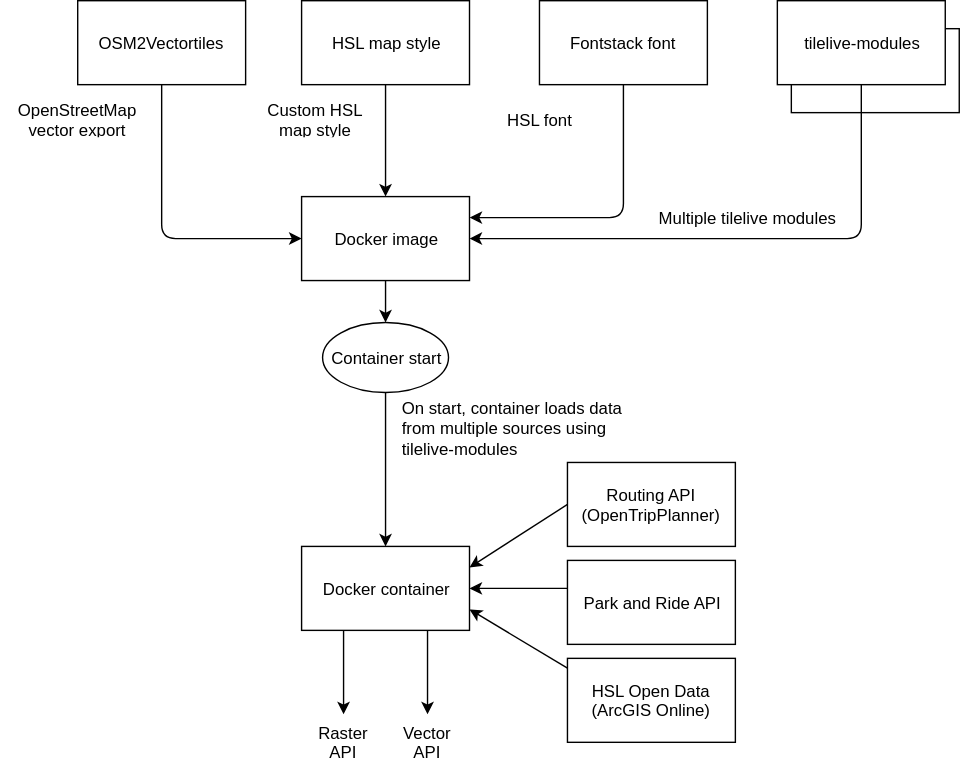
Earlier version of the draw.io export src/pages/en/developers/architecture/x-apis/3-map-api/architecture.svg (HSLdevcom/digitransit-site). Source tidied: cells renumbered, new cells last; positions are measured from the earlier drawing's top-left corner, leaving out a move shared by most shapes. Its diagram source:
```xml
<mxGraphModel background="#ffffff">
  <root>
    <mxCell id="0" />
    <mxCell id="1" parent="0" />
    <mxCell id="2" value="&lt;div style=&quot;text-align: center&quot;&gt;&lt;span&gt;HSL map style&lt;/span&gt;&lt;span&gt;&lt;br&gt;&lt;/span&gt;&lt;/div&gt;" style="whiteSpace=wrap;html=1;rounded=0;shadow=0;glass=0;strokeColor=#000000;fillColor=#FFFFFF;align=center;" parent="1" vertex="1">
      <mxGeometry x="215" width="120" height="60" as="geometry" />
    </mxCell>
    <mxCell id="3" value="&lt;div style=&quot;text-align: center&quot;&gt;Docker image&lt;/div&gt;" style="whiteSpace=wrap;html=1;rounded=0;shadow=0;glass=0;strokeColor=#000000;fillColor=#FFFFFF;align=center;" parent="1" vertex="1">
      <mxGeometry x="215" y="140" width="120" height="60" as="geometry" />
    </mxCell>
    <mxCell id="4" value="&lt;div style=&quot;text-align: center&quot;&gt;OSM2Vectortiles&lt;/div&gt;" style="whiteSpace=wrap;html=1;rounded=0;shadow=0;glass=0;strokeColor=#000000;fillColor=#FFFFFF;align=center;" parent="1" vertex="1">
      <mxGeometry x="55" width="120" height="60" as="geometry" />
    </mxCell>
    <mxCell id="5" value="&lt;div style=&quot;text-align: center&quot;&gt;&lt;span style=&quot;line-height: 1.2&quot;&gt;tilelive-modules&lt;br&gt;&lt;/span&gt;&lt;/div&gt;" style="whiteSpace=wrap;html=1;rounded=0;shadow=0;glass=0;strokeColor=#000000;fillColor=#FFFFFF;align=center;" parent="1" vertex="1">
      <mxGeometry x="565" y="20" width="120" height="60" as="geometry" />
    </mxCell>
    <mxCell id="6" style="endArrow=classic;html=1;exitX=0.5;exitY=1;entryX=0;entryY=0.5;" parent="1" edge="1" source="4" target="3">
      <mxGeometry relative="1" as="geometry">
        <Array as="points">
          <mxPoint x="115" y="170" />
        </Array>
      </mxGeometry>
    </mxCell>
    <mxCell id="7" style="endArrow=classic;html=1;exitX=0.5;exitY=1;entryX=0.5;entryY=0;" parent="1" edge="1" source="2" target="3">
      <mxGeometry relative="1" as="geometry" />
    </mxCell>
    <mxCell id="8" style="endArrow=classic;html=1;exitX=0.5;exitY=1;entryX=0.5;entryY=0;" parent="1" edge="1" source="3" target="15">
      <mxGeometry relative="1" as="geometry" />
    </mxCell>
    <mxCell id="9" value="OpenStreetMap vector export" style="text;html=1;strokeColor=none;fillColor=none;align=center;verticalAlign=middle;whiteSpace=wrap;overflow=hidden;rounded=0;shadow=0;glass=0;" parent="1" vertex="1">
      <mxGeometry y="70" width="110" height="30" as="geometry" />
    </mxCell>
    <mxCell id="10" value="&lt;div style=&quot;text-align: center&quot;&gt;&lt;span&gt;Fontstack font&lt;/span&gt;&lt;span&gt;&lt;br&gt;&lt;/span&gt;&lt;/div&gt;" style="whiteSpace=wrap;html=1;rounded=0;shadow=0;glass=0;strokeColor=#000000;fillColor=#FFFFFF;align=center;" parent="1" vertex="1">
      <mxGeometry x="385" width="120" height="60" as="geometry" />
    </mxCell>
    <mxCell id="11" style="endArrow=classic;html=1;exitX=0.5;exitY=1;entryX=1;entryY=0.25;" parent="1" edge="1" source="10" target="3">
      <mxGeometry x="287" y="100" as="geometry">
        <Array as="points">
          <mxPoint x="445" y="155" />
        </Array>
      </mxGeometry>
    </mxCell>
    <mxCell id="12" value="Custom HSL map style" style="text;html=1;strokeColor=none;fillColor=none;align=center;verticalAlign=middle;whiteSpace=wrap;overflow=hidden;rounded=0;shadow=0;glass=0;" parent="1" vertex="1">
      <mxGeometry x="185" y="70" width="80" height="30" as="geometry" />
    </mxCell>
    <mxCell id="13" value="HSL font" style="text;html=1;strokeColor=none;fillColor=none;align=center;verticalAlign=middle;whiteSpace=wrap;overflow=hidden;rounded=0;shadow=0;glass=0;" parent="1" vertex="1">
      <mxGeometry x="340" y="70" width="90" height="30" as="geometry" />
    </mxCell>
    <mxCell id="14" style="edgeStyle=orthogonalEdgeStyle;rounded=0;html=1;exitX=0.5;exitY=1;jettySize=auto;orthogonalLoop=1;" parent="1" edge="1" source="9" target="9">
      <mxGeometry relative="1" as="geometry" />
    </mxCell>
    <mxCell id="15" value="Container start" style="ellipse;whiteSpace=wrap;html=1;align=center;" parent="1" vertex="1">
      <mxGeometry x="230" y="230" width="90" height="50" as="geometry" />
    </mxCell>
    <mxCell id="16" value="&lt;div style=&quot;text-align: center&quot;&gt;&lt;span style=&quot;line-height: 1.2&quot;&gt;tilelive-modules&lt;br&gt;&lt;/span&gt;&lt;/div&gt;" style="whiteSpace=wrap;html=1;rounded=0;shadow=0;glass=0;strokeColor=#000000;fillColor=#FFFFFF;align=center;" parent="1" vertex="1">
      <mxGeometry x="555" width="120" height="60" as="geometry" />
    </mxCell>
    <mxCell id="17" style="endArrow=classic;html=1;exitX=0.5;exitY=1;entryX=1;entryY=0.5;" parent="1" edge="1" source="16" target="3">
      <mxGeometry x="297" y="110" as="geometry">
        <Array as="points">
          <mxPoint x="615" y="170" />
        </Array>
      </mxGeometry>
    </mxCell>
    <mxCell id="18" value="Multiple tilelive modules" style="text;html=1;strokeColor=none;fillColor=none;align=center;verticalAlign=middle;whiteSpace=wrap;overflow=hidden;rounded=0;shadow=0;glass=0;" parent="1" vertex="1">
      <mxGeometry x="445" y="140" width="175" height="30" as="geometry" />
    </mxCell>
    <mxCell id="19" value="&lt;div style=&quot;text-align: center&quot;&gt;Routing API (OpenTripPlanner)&lt;/div&gt;" style="whiteSpace=wrap;html=1;rounded=0;shadow=0;glass=0;strokeColor=#000000;fillColor=#FFFFFF;align=center;" parent="1" vertex="1">
      <mxGeometry x="405" y="330" width="120" height="60" as="geometry" />
    </mxCell>
    <mxCell id="20" value="&lt;div style=&quot;text-align: center&quot;&gt;Park and Ride API&lt;/div&gt;" style="whiteSpace=wrap;html=1;rounded=0;shadow=0;glass=0;strokeColor=#000000;fillColor=#FFFFFF;align=center;" parent="1" vertex="1">
      <mxGeometry x="405" y="400" width="120" height="60" as="geometry" />
    </mxCell>
    <mxCell id="21" value="&lt;div style=&quot;text-align: center&quot;&gt;Docker container&lt;/div&gt;" style="whiteSpace=wrap;html=1;rounded=0;shadow=0;glass=0;strokeColor=#000000;fillColor=#FFFFFF;align=center;" parent="1" vertex="1">
      <mxGeometry x="215" y="390" width="120" height="60" as="geometry" />
    </mxCell>
    <mxCell id="22" style="endArrow=classic;html=1;exitX=0.5;exitY=1;entryX=0.5;entryY=0;" parent="1" edge="1" source="15" target="21">
      <mxGeometry x="360" y="240" as="geometry" />
    </mxCell>
    <mxCell id="23" style="endArrow=classic;html=1;" parent="1" edge="1">
      <mxGeometry x="307" y="130" as="geometry">
        <mxPoint x="405" y="420" as="sourcePoint" />
        <mxPoint x="335" y="420" as="targetPoint" />
      </mxGeometry>
    </mxCell>
    <mxCell id="24" style="endArrow=classic;html=1;exitX=0;exitY=0.5;entryX=1;entryY=0.25;" parent="1" edge="1" source="19" target="21">
      <mxGeometry relative="1" as="geometry" />
    </mxCell>
    <mxCell id="25" style="edgeStyle=orthogonalEdgeStyle;rounded=0;html=1;exitX=0;exitY=0.5;entryX=0;entryY=0.5;jettySize=auto;orthogonalLoop=1;" parent="1" edge="1" source="19" target="19">
      <mxGeometry relative="1" as="geometry" />
    </mxCell>
    <mxCell id="26" value="On start, container loads data from multiple sources using tilelive-modules" style="text;html=1;strokeColor=none;fillColor=none;align=left;verticalAlign=middle;whiteSpace=wrap;overflow=hidden;rounded=0;shadow=0;glass=0;" parent="1" vertex="1">
      <mxGeometry x="285" y="270" width="180" height="70" as="geometry" />
    </mxCell>
    <mxCell id="27" style="endArrow=classic;html=1;exitX=0.25;exitY=1;" parent="1" edge="1" source="21">
      <mxGeometry x="340" y="420" as="geometry">
        <mxPoint x="245" y="510" as="targetPoint" />
      </mxGeometry>
    </mxCell>
    <mxCell id="28" style="endArrow=classic;html=1;exitX=0.75;exitY=1;" parent="1" edge="1" source="21">
      <mxGeometry x="350" y="430" as="geometry">
        <mxPoint x="305" y="510" as="targetPoint" />
      </mxGeometry>
    </mxCell>
    <mxCell id="29" value="Raster API" style="text;html=1;strokeColor=none;fillColor=none;align=center;verticalAlign=middle;whiteSpace=wrap;overflow=hidden;" parent="1" vertex="1">
      <mxGeometry x="215" y="510" width="60" height="40" as="geometry" />
    </mxCell>
    <mxCell id="30" value="Vector API" style="text;html=1;strokeColor=none;fillColor=none;align=center;verticalAlign=middle;whiteSpace=wrap;overflow=hidden;" parent="1" vertex="1">
      <mxGeometry x="275" y="510" width="60" height="40" as="geometry" />
    </mxCell>
    <mxCell id="31" value="&lt;div style=&quot;text-align: center&quot;&gt;HSL Open Data (ArcGIS Online)&lt;/div&gt;" style="whiteSpace=wrap;html=1;rounded=0;shadow=0;glass=0;strokeColor=#000000;fillColor=#FFFFFF;align=center;" parent="1" vertex="1">
      <mxGeometry x="405" y="470" width="120" height="60" as="geometry" />
    </mxCell>
    <mxCell id="32" style="endArrow=classic;html=1;exitX=0;exitY=0.117;exitPerimeter=0;entryX=1;entryY=0.75;" parent="1" edge="1" source="31" target="21">
      <mxGeometry x="307" y="168" as="geometry" />
    </mxCell>
  </root>
</mxGraphModel>
```
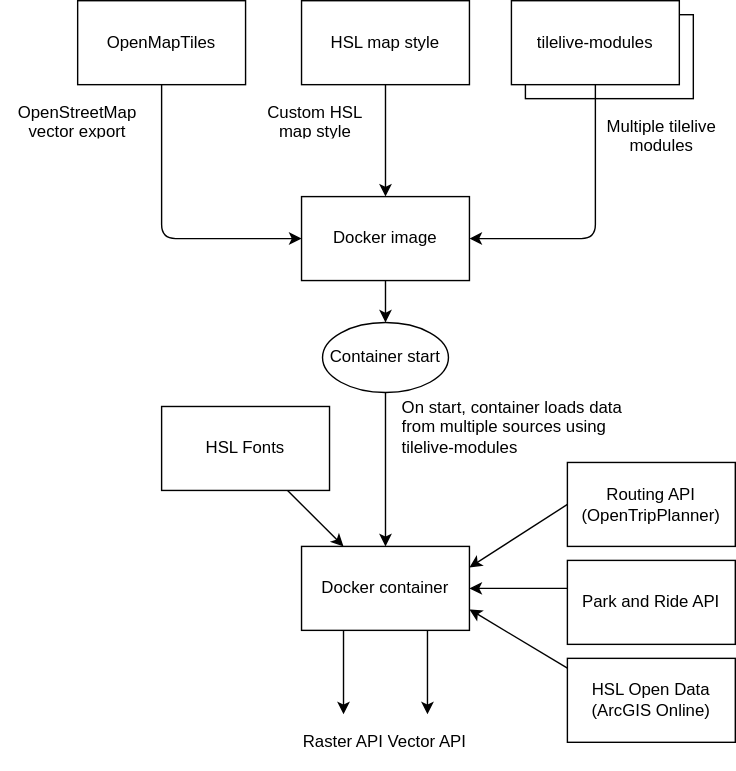
The same diagram one commit later.

Commit message:
Update Map API documentation and architecture diagram

What changed in the source:
```diff
@@ -8,11 +8,11 @@
     <mxCell id="3" value="&lt;div style=&quot;text-align: center&quot;&gt;Docker image&lt;/div&gt;" style="whiteSpace=wrap;html=1;rounded=0;shadow=0;glass=0;strokeColor=#000000;fillColor=#FFFFFF;align=center;" parent="1" vertex="1">
       <mxGeometry x="215" y="140" width="120" height="60" as="geometry" />
     </mxCell>
-    <mxCell id="4" value="&lt;div style=&quot;text-align: center&quot;&gt;OSM2Vectortiles&lt;/div&gt;" style="whiteSpace=wrap;html=1;rounded=0;shadow=0;glass=0;strokeColor=#000000;fillColor=#FFFFFF;align=center;" parent="1" vertex="1">
+    <mxCell id="4" value="&lt;div style=&quot;text-align: center&quot;&gt;OpenMapTiles&lt;/div&gt;" style="whiteSpace=wrap;html=1;rounded=0;shadow=0;glass=0;strokeColor=#000000;fillColor=#FFFFFF;align=center;" parent="1" vertex="1">
       <mxGeometry x="55" width="120" height="60" as="geometry" />
     </mxCell>
     <mxCell id="5" value="&lt;div style=&quot;text-align: center&quot;&gt;&lt;span style=&quot;line-height: 1.2&quot;&gt;tilelive-modules&lt;br&gt;&lt;/span&gt;&lt;/div&gt;" style="whiteSpace=wrap;html=1;rounded=0;shadow=0;glass=0;strokeColor=#000000;fillColor=#FFFFFF;align=center;" parent="1" vertex="1">
-      <mxGeometry x="565" y="20" width="120" height="60" as="geometry" />
+      <mxGeometry x="375" y="10" width="120" height="60" as="geometry" />
     </mxCell>
     <mxCell id="6" style="endArrow=classic;html=1;exitX=0.5;exitY=1;entryX=0;entryY=0.5;" parent="1" edge="1" source="4" target="3">
       <mxGeometry relative="1" as="geometry">
@@ -30,22 +30,15 @@
     <mxCell id="9" value="OpenStreetMap vector export" style="text;html=1;strokeColor=none;fillColor=none;align=center;verticalAlign=middle;whiteSpace=wrap;overflow=hidden;rounded=0;shadow=0;glass=0;" parent="1" vertex="1">
       <mxGeometry y="70" width="110" height="30" as="geometry" />
     </mxCell>
-    <mxCell id="10" value="&lt;div style=&quot;text-align: center&quot;&gt;&lt;span&gt;Fontstack font&lt;/span&gt;&lt;span&gt;&lt;br&gt;&lt;/span&gt;&lt;/div&gt;" style="whiteSpace=wrap;html=1;rounded=0;shadow=0;glass=0;strokeColor=#000000;fillColor=#FFFFFF;align=center;" parent="1" vertex="1">
-      <mxGeometry x="385" width="120" height="60" as="geometry" />
+    <mxCell id="10" value="&lt;div style=&quot;text-align: center&quot;&gt;&lt;span&gt;HSL Fonts&lt;/span&gt;&lt;span&gt;&lt;br&gt;&lt;/span&gt;&lt;/div&gt;" style="whiteSpace=wrap;html=1;rounded=0;shadow=0;glass=0;strokeColor=#000000;fillColor=#FFFFFF;align=center;" parent="1" vertex="1">
+      <mxGeometry x="115" y="290" width="120" height="60" as="geometry" />
     </mxCell>
-    <mxCell id="11" style="endArrow=classic;html=1;exitX=0.5;exitY=1;entryX=1;entryY=0.25;" parent="1" edge="1" source="10" target="3">
-      <mxGeometry x="287" y="100" as="geometry">
-        <Array as="points">
-          <mxPoint x="445" y="155" />
-        </Array>
-      </mxGeometry>
+    <mxCell id="11" style="endArrow=classic;html=1;" parent="1" edge="1" source="10" target="21">
+      <mxGeometry x="287" y="100" as="geometry" />
     </mxCell>
     <mxCell id="12" value="Custom HSL map style" style="text;html=1;strokeColor=none;fillColor=none;align=center;verticalAlign=middle;whiteSpace=wrap;overflow=hidden;rounded=0;shadow=0;glass=0;" parent="1" vertex="1">
       <mxGeometry x="185" y="70" width="80" height="30" as="geometry" />
     </mxCell>
-    <mxCell id="13" value="HSL font" style="text;html=1;strokeColor=none;fillColor=none;align=center;verticalAlign=middle;whiteSpace=wrap;overflow=hidden;rounded=0;shadow=0;glass=0;" parent="1" vertex="1">
-      <mxGeometry x="340" y="70" width="90" height="30" as="geometry" />
-    </mxCell>
     <mxCell id="14" style="edgeStyle=orthogonalEdgeStyle;rounded=0;html=1;exitX=0.5;exitY=1;jettySize=auto;orthogonalLoop=1;" parent="1" edge="1" source="9" target="9">
       <mxGeometry relative="1" as="geometry" />
     </mxCell>
@@ -53,17 +46,17 @@
       <mxGeometry x="230" y="230" width="90" height="50" as="geometry" />
     </mxCell>
     <mxCell id="16" value="&lt;div style=&quot;text-align: center&quot;&gt;&lt;span style=&quot;line-height: 1.2&quot;&gt;tilelive-modules&lt;br&gt;&lt;/span&gt;&lt;/div&gt;" style="whiteSpace=wrap;html=1;rounded=0;shadow=0;glass=0;strokeColor=#000000;fillColor=#FFFFFF;align=center;" parent="1" vertex="1">
-      <mxGeometry x="555" width="120" height="60" as="geometry" />
+      <mxGeometry x="365" width="120" height="60" as="geometry" />
     </mxCell>
     <mxCell id="17" style="endArrow=classic;html=1;exitX=0.5;exitY=1;entryX=1;entryY=0.5;" parent="1" edge="1" source="16" target="3">
       <mxGeometry x="297" y="110" as="geometry">
         <Array as="points">
-          <mxPoint x="615" y="170" />
+          <mxPoint x="425" y="170" />
         </Array>
       </mxGeometry>
     </mxCell>
-    <mxCell id="18" value="Multiple tilelive modules" style="text;html=1;strokeColor=none;fillColor=none;align=center;verticalAlign=middle;whiteSpace=wrap;overflow=hidden;rounded=0;shadow=0;glass=0;" parent="1" vertex="1">
-      <mxGeometry x="445" y="140" width="175" height="30" as="geometry" />
+    <mxCell id="18" value="Multiple tilelive&lt;br&gt;modules" style="text;html=1;strokeColor=none;fillColor=none;align=center;verticalAlign=middle;whiteSpace=wrap;overflow=hidden;rounded=0;shadow=0;glass=0;" parent="1" vertex="1">
+      <mxGeometry x="420" y="80" width="105" height="30" as="geometry" />
     </mxCell>
     <mxCell id="19" value="&lt;div style=&quot;text-align: center&quot;&gt;Routing API (OpenTripPlanner)&lt;/div&gt;" style="whiteSpace=wrap;html=1;rounded=0;shadow=0;glass=0;strokeColor=#000000;fillColor=#FFFFFF;align=center;" parent="1" vertex="1">
       <mxGeometry x="405" y="330" width="120" height="60" as="geometry" />
```
